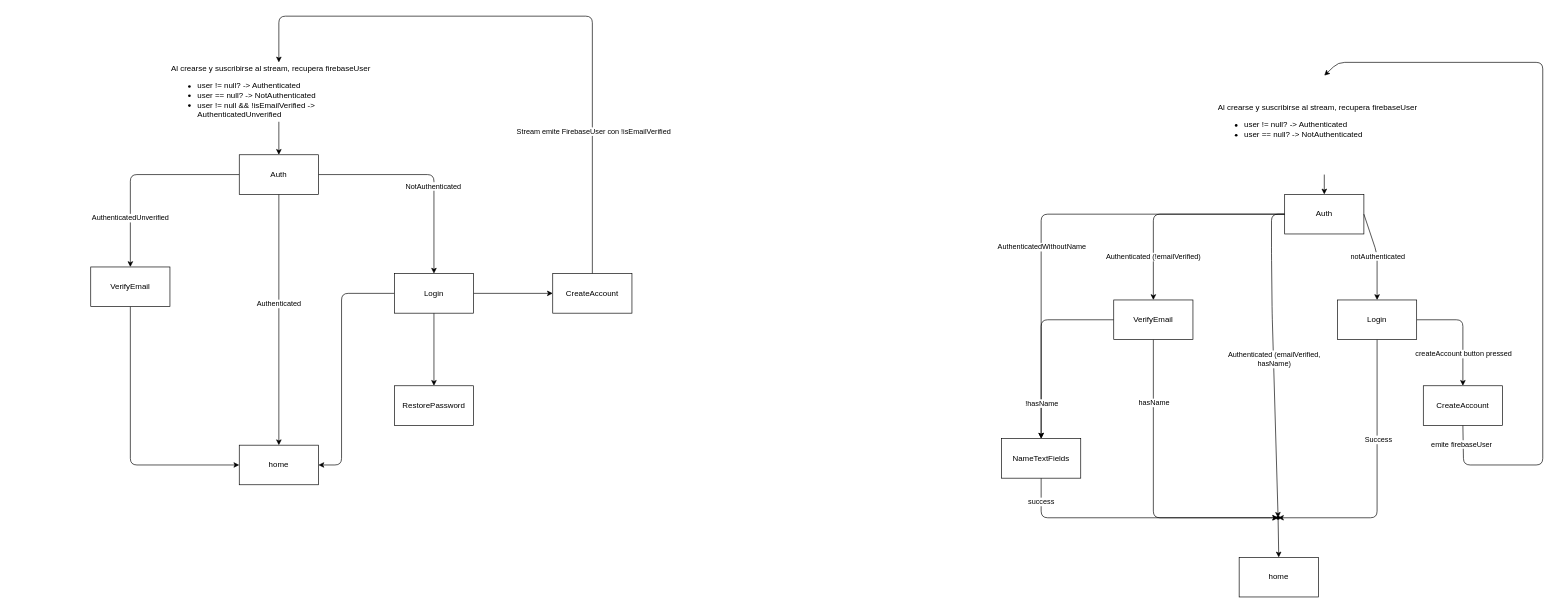
Above: lib/z_authstates.drawio in Paco-Uriostegui/mercado_v2 (draw.io), before the change. Source tidied: cells renumbered, new cells numbered last; positions are measured from the earlier drawing's top-left corner, leaving out a move shared by most shapes. Both pictures are drawn from the tidied source at 66%, with x=0, y=0 at pixel (90, 16).
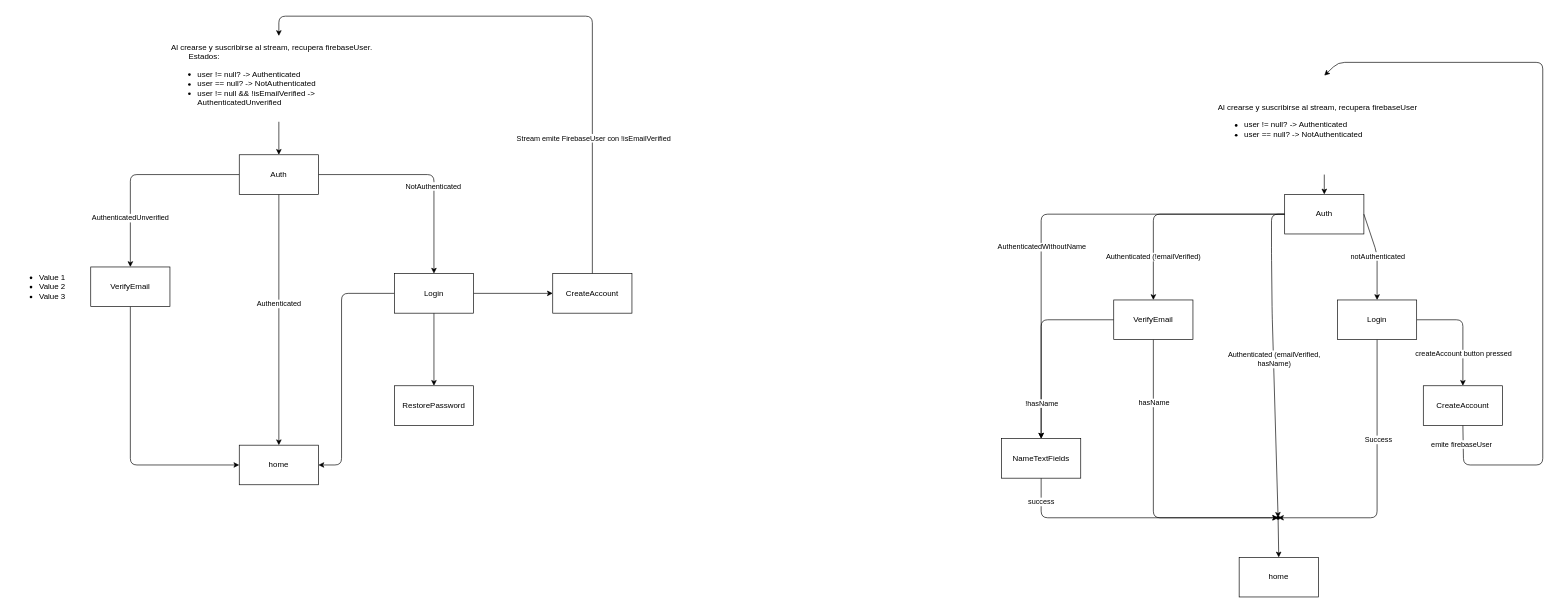
After the change.

The edit, as a diff of the source:
```diff
@@
-    <mxCell id="33" value="&lt;div&gt;Al crearse y suscribirse al stream, recupera firebaseUser&lt;/div&gt;&lt;ul&gt;&lt;li&gt;user != null? -&amp;gt; Authenticated&lt;/li&gt;&lt;li&gt;user == null? -&amp;gt; NotAuthenticated&lt;/li&gt;&lt;li&gt;user != null &amp;amp;&amp;amp; !isEmailVerified -&amp;gt; AuthenticatedUnverified&amp;nbsp;&lt;/li&gt;&lt;/ul&gt;" style="text;strokeColor=none;fillColor=none;html=1;whiteSpace=wrap;verticalAlign=middle;overflow=hidden;" parent="1" vertex="1">
-      <mxGeometry x="120" y="70" width="330" height="90" as="geometry" />
+    <mxCell id="33" value="&lt;div&gt;Al crearse y suscribirse al stream, recupera firebaseUser.&lt;/div&gt;&lt;div&gt;&lt;span style=&quot;white-space: pre;&quot;&gt;&#9;&lt;/span&gt;Estados:&lt;br&gt;&lt;/div&gt;&lt;ul&gt;&lt;li&gt;user != null? -&amp;gt; Authenticated&lt;/li&gt;&lt;li&gt;user == null? -&amp;gt; NotAuthenticated&lt;/li&gt;&lt;li&gt;user != null &amp;amp;&amp;amp; !isEmailVerified -&amp;gt; AuthenticatedUnverified&amp;nbsp;&lt;/li&gt;&lt;/ul&gt;" style="text;strokeColor=none;fillColor=none;html=1;whiteSpace=wrap;verticalAlign=middle;overflow=hidden;" parent="1" vertex="1">
+      <mxGeometry x="120" y="30" width="330" height="130" as="geometry" />
     </mxCell>
@@
+    <mxCell id="52" value="&lt;ul&gt;&lt;li&gt;Value 1&lt;/li&gt;&lt;li&gt;Value 2&lt;/li&gt;&lt;li&gt;Value 3&lt;/li&gt;&lt;/ul&gt;" style="text;strokeColor=none;fillColor=none;html=1;whiteSpace=wrap;verticalAlign=middle;overflow=hidden;" parent="1" vertex="1">
+      <mxGeometry x="-120" y="370" width="100" height="80" as="geometry" />
+    </mxCell>
```
